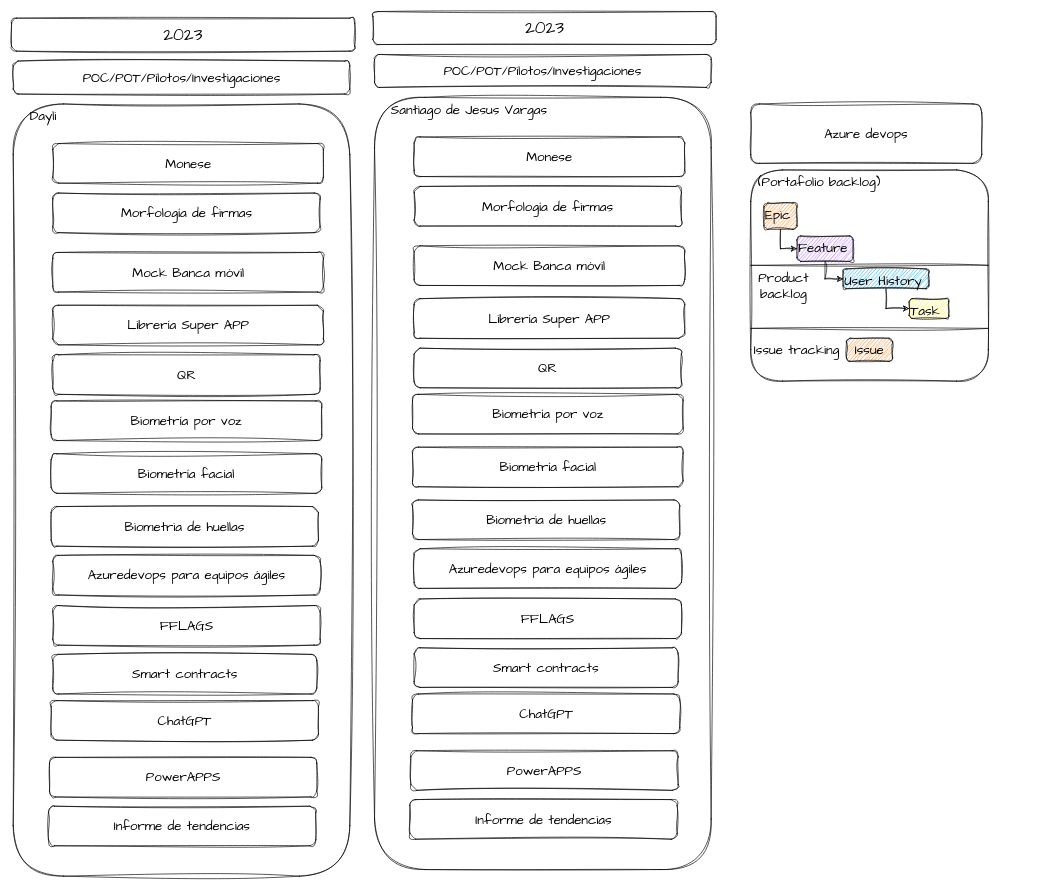
Before: page "POC" (2 of 2) of Custodia iniciativas.drawio in santiagovb/Diagramas, a draw.io diagram. Source tidied: cells renumbered, new cells numbered last; positions are measured from the earlier drawing's top-left corner, leaving out a move shared by most shapes. Both pictures are drawn from the tidied source at 66%, with x=0, y=0 at pixel (11, 11).
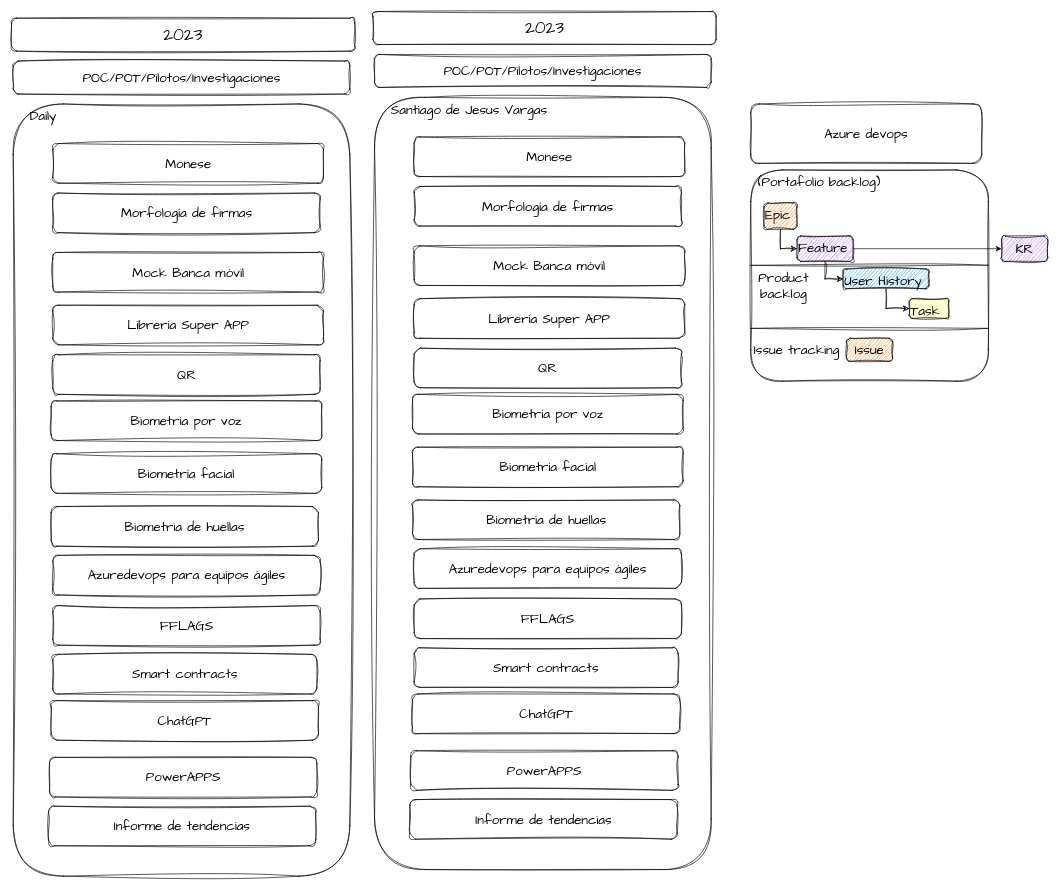
After the change.

Unchanged cells that the change refers to:
```xml
<mxCell id="21" value="Feature" style="rounded=1;whiteSpace=wrap;html=1;sketch=1;hachureGap=4;jiggle=2;curveFitting=1;fontFamily=Architects Daughter;fontSize=20;align=left;verticalAlign=top;fillColor=#b062ff;" parent="1" vertex="1">
  <mxGeometry x="1190" y="340" width="85" height="38.6" as="geometry" />
</mxCell>
```

The edit, as a diff of the source:
```diff
@@
+    <mxCell id="50" style="edgeStyle=orthogonalEdgeStyle;rounded=0;jettySize=auto;html=1;entryX=0;entryY=0.5;entryDx=0;entryDy=0;" parent="1" edge="1" source="21" target="51">
+      <mxGeometry relative="1" as="geometry" />
+    </mxCell>
@@
-    <mxCell id="33" value="Dayli" style="rounded=1;whiteSpace=wrap;html=1;sketch=1;hachureGap=4;jiggle=2;curveFitting=1;fontFamily=Architects Daughter;fontSize=20;fontColor=#000000;labelBackgroundColor=none;verticalAlign=top;align=left;spacingLeft=23;" parent="1" vertex="1">
+    <mxCell id="33" value="Daily" style="rounded=1;whiteSpace=wrap;html=1;sketch=1;hachureGap=4;jiggle=2;curveFitting=1;fontFamily=Architects Daughter;fontSize=20;fontColor=#000000;labelBackgroundColor=none;verticalAlign=top;align=left;spacingLeft=23;" parent="1" vertex="1">
       <mxGeometry x="2.5" y="140" width="510" height="1170" as="geometry" />
     </mxCell>
@@
+    <mxCell id="51" value="KR" style="rounded=1;whiteSpace=wrap;html=1;fontSize=20;fontFamily=Architects Daughter;align=center;verticalAlign=middle;fillColor=#b062ff;sketch=1;hachureGap=4;jiggle=2;curveFitting=1;" parent="1" vertex="1">
+      <mxGeometry x="1500" y="340" width="70" height="38.6" as="geometry" />
+    </mxCell>
```
